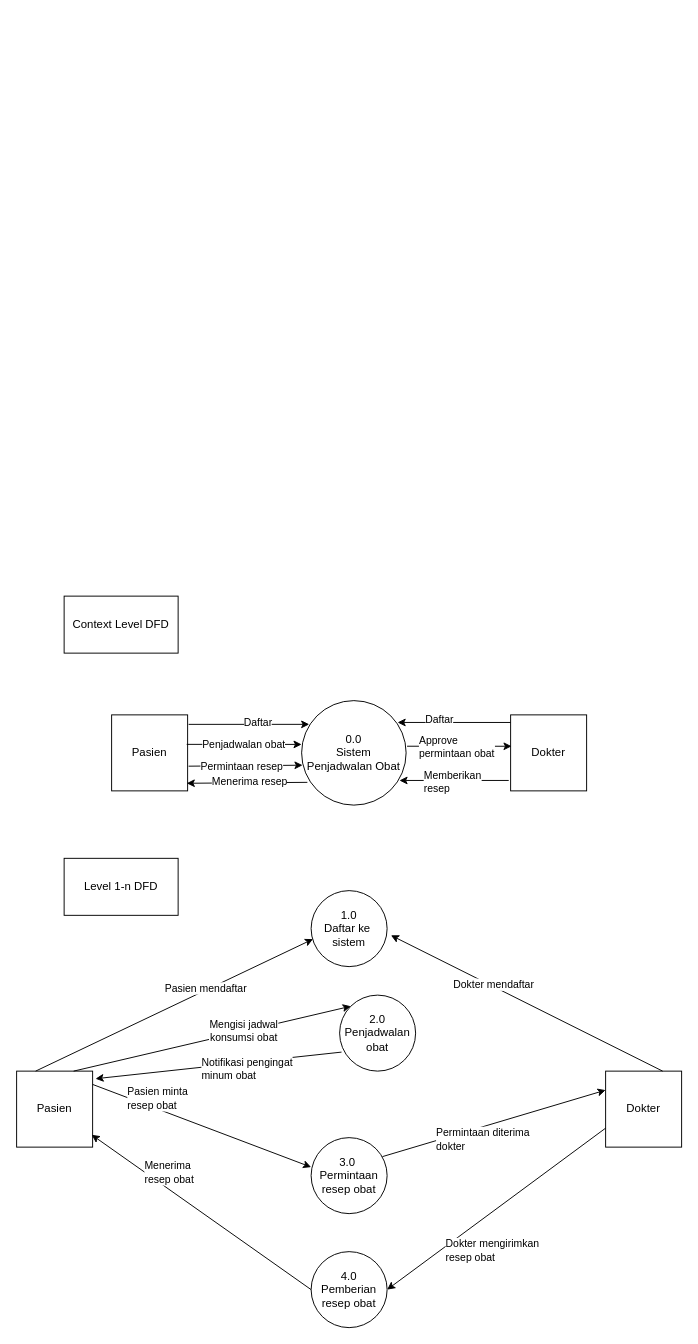
This is Flowchart.drawio from WidadAbida/Praktikum-PPL, a draw.io file, before an edit. Source tidied: cells renumbered, new cells numbered last; positions are measured from the earlier drawing's top-left corner, leaving out a move shared by most shapes. Both pictures are drawn from the tidied source at 95%, with x=0, y=0 at pixel (16, 596).
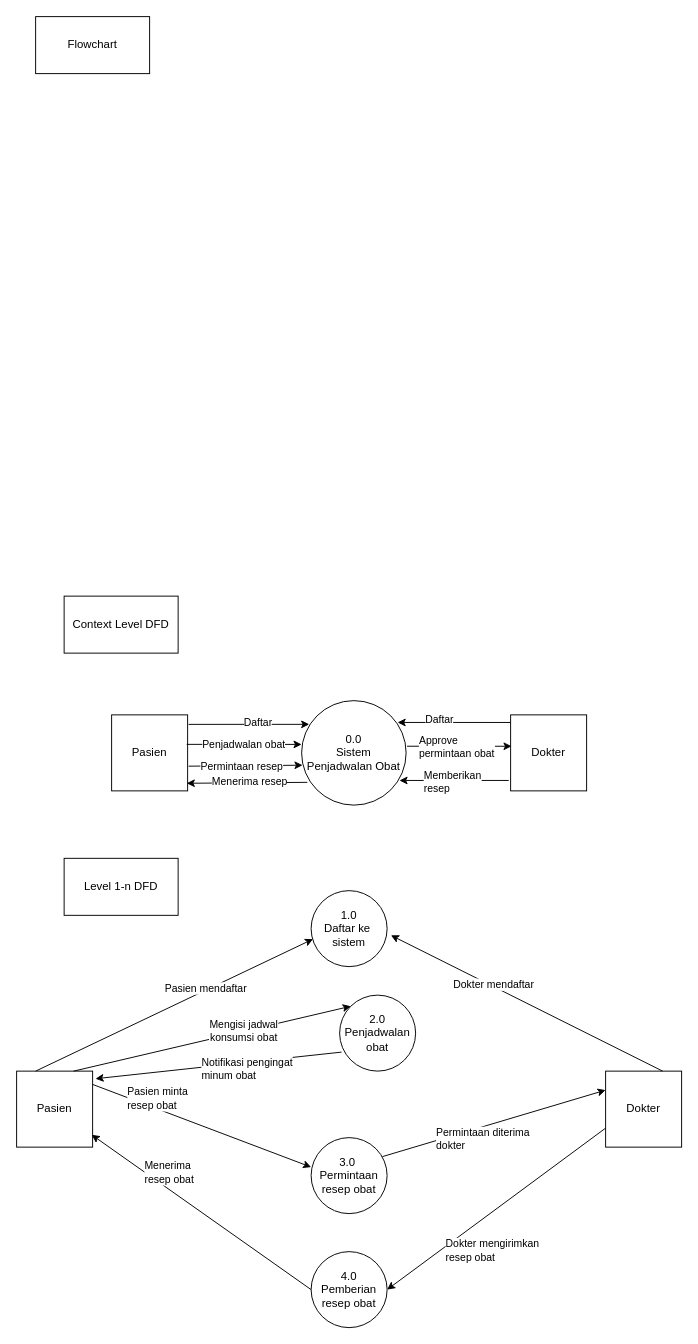
The same page after the edit.

The edit, as a diff of the source:
```diff
@@
+    <mxCell id="42" value="Flowchart" style="rounded=0;whiteSpace=wrap;html=1;" parent="1" vertex="1">
+      <mxGeometry x="20" y="-610" width="120" height="60" as="geometry" />
+    </mxCell>
```
